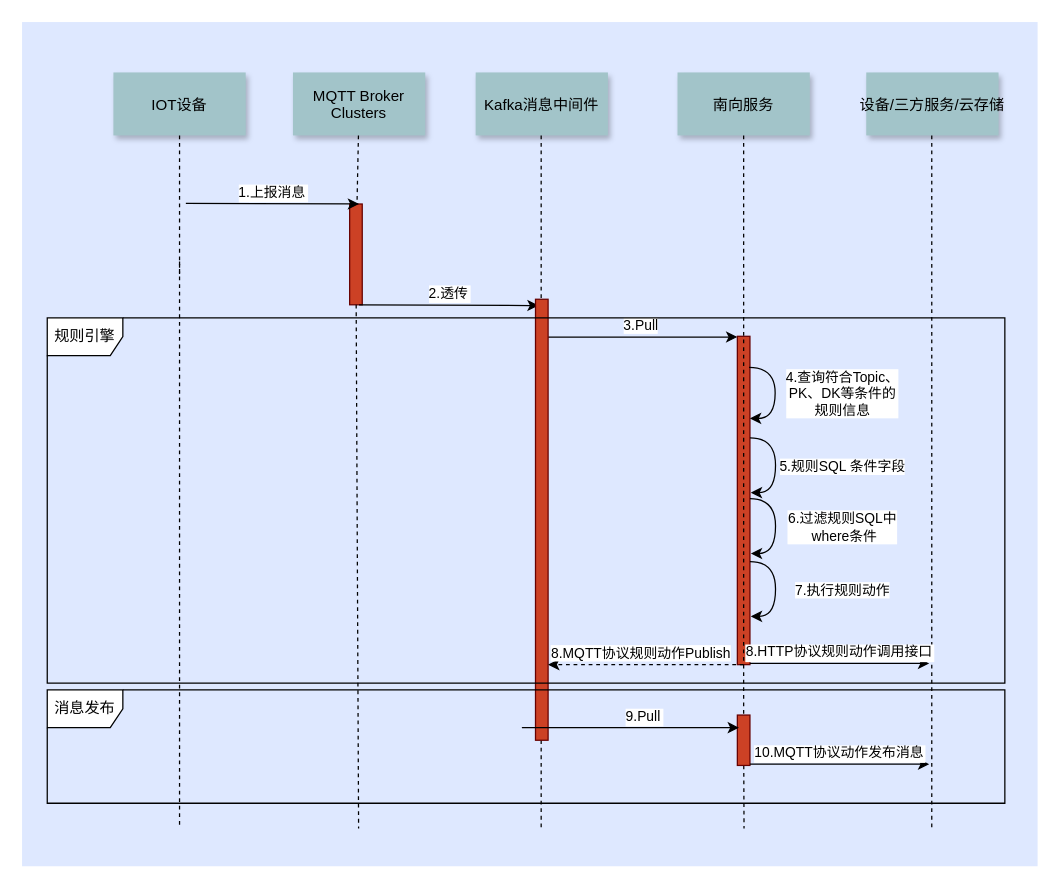
Before: 规则引擎总时序图.drawio in wjwzero/DesignDrawing-, a draw.io diagram. Source tidied: cells renumbered, new cells numbered last; positions are measured from the earlier drawing's top-left corner, leaving out a move shared by most shapes. Both pictures are drawn from the tidied source at 126%, with x=0, y=0 at pixel (21, 21).
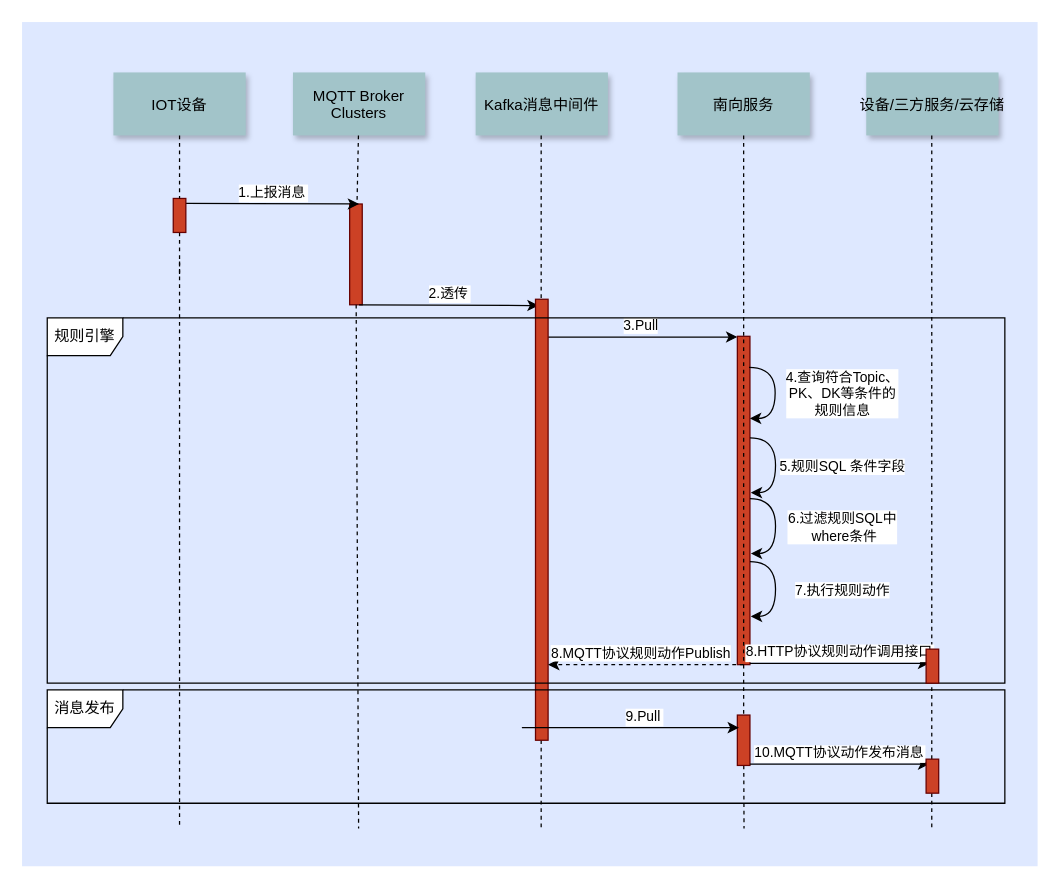
After the change.

Commit message:
更新规则引擎总时序图.drawio

Unchanged cells that the change refers to:
```xml
<mxCell id="3" value="IOT设备" style="shadow=1;fillColor=#A2C4C9;strokeColor=none;" parent="1" vertex="1">
  <mxGeometry x="72.5" y="40" width="105" height="50" as="geometry" />
</mxCell>
```

Change to the diagram source:
```diff
@@
-    <mxCell id="14" style="edgeStyle=elbowEdgeStyle;elbow=horizontal;endArrow=none;dashed=1;" parent="1" edge="1" source="3">
+    <mxCell id="14" style="edgeStyle=elbowEdgeStyle;elbow=horizontal;endArrow=none;dashed=1;" parent="1" edge="1" source="39">
       <mxGeometry x="230" y="310" as="geometry">
         <mxPoint x="125" y="200" as="targetPoint" />
       </mxGeometry>
     </mxCell>
@@
+    <mxCell id="39" style="fillColor=#CC4125;strokeColor=#660000;" parent="1" vertex="1">
+      <mxGeometry x="120" y="140" width="10" height="27" as="geometry" />
+    </mxCell>
+    <mxCell id="40" style="edgeStyle=elbowEdgeStyle;elbow=horizontal;endArrow=none;dashed=1;" parent="1" edge="1" source="3" target="39">
+      <mxGeometry x="230" y="310" as="geometry" />
+    </mxCell>
+    <mxCell id="41" style="fillColor=#CC4125;strokeColor=#660000;" parent="1" vertex="1">
+      <mxGeometry x="717.5" y="497.7" width="10" height="27" as="geometry" />
+    </mxCell>
+    <mxCell id="42" style="fillColor=#CC4125;strokeColor=#660000;" parent="1" vertex="1">
+      <mxGeometry x="717.5" y="585" width="10" height="27" as="geometry" />
+    </mxCell>
```
